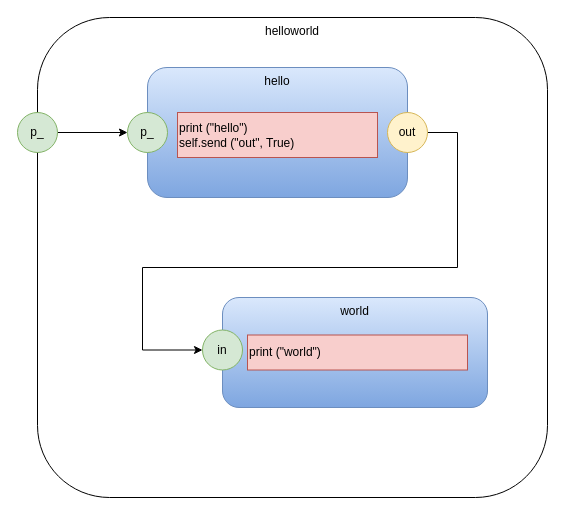
The draw.io diagram helloworld.drawio in guitarvydas/d2py, before the edit. Source tidied: cells renumbered, new cells numbered last; positions are measured from the earlier drawing's top-left corner, leaving out a move shared by most shapes. Both pictures are drawn from the tidied source at 100%, with x=0, y=0 at pixel (17, 17).
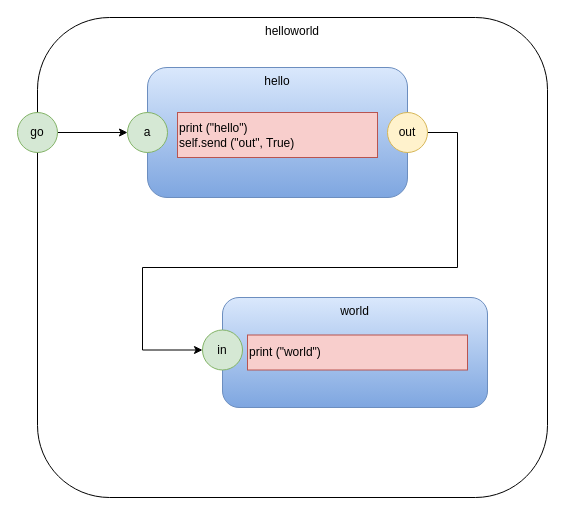
After the change.

Commit message (it also covers changes not shown here):
README.md - begin documenting helloworld

Change to the diagram source:
```diff
@@
 <mxGraphModel>
   <root>
     <mxCell id="0" />
     <mxCell id="1" parent="0" />
     <mxCell id="2" value="helloworld" style="rounded=1;whiteSpace=wrap;html=1;verticalAlign=top;" parent="1" vertex="1">
       <mxGeometry x="20" width="510" height="480" as="geometry" />
     </mxCell>
     <mxCell id="3" value="hello" style="rounded=1;whiteSpace=wrap;html=1;gradientColor=#7ea6e0;fillColor=#dae8fc;strokeColor=#6c8ebf;verticalAlign=top;" parent="1" vertex="1">
       <mxGeometry x="130" y="50" width="260" height="130" as="geometry" />
     </mxCell>
     <mxCell id="4" value="print (&quot;hello&quot;)&lt;br&gt;self.send (&quot;out&quot;, True)&lt;br&gt;&lt;div&gt;&lt;/div&gt;" style="rounded=0;whiteSpace=wrap;html=1;fillColor=#f8cecc;strokeColor=#b85450;align=left;" parent="1" vertex="1">
       <mxGeometry x="160" y="95" width="200" height="45" as="geometry" />
     </mxCell>
     <mxCell id="5" style="edgeStyle=orthogonalEdgeStyle;rounded=0;jettySize=auto;html=1;entryX=0;entryY=0.5;entryDx=0;entryDy=0;" parent="1" edge="1" source="6" target="8">
       <mxGeometry relative="1" as="geometry">
         <Array as="points">
           <mxPoint x="440" y="115" />
           <mxPoint x="440" y="250" />
           <mxPoint x="125" y="250" />
           <mxPoint x="125" y="333" />
         </Array>
       </mxGeometry>
     </mxCell>
     <mxCell id="6" value="out" style="ellipse;whiteSpace=wrap;html=1;fillColor=#fff2cc;strokeColor=#d6b656;" parent="1" vertex="1">
       <mxGeometry x="370" y="95" width="40" height="40" as="geometry" />
     </mxCell>
     <mxCell id="7" value="world" style="rounded=1;whiteSpace=wrap;html=1;gradientColor=#7ea6e0;fillColor=#dae8fc;strokeColor=#6c8ebf;verticalAlign=top;" parent="1" vertex="1">
       <mxGeometry x="205" y="280" width="265" height="110" as="geometry" />
     </mxCell>
     <mxCell id="8" value="in" style="ellipse;whiteSpace=wrap;html=1;fillColor=#d5e8d4;strokeColor=#82b366;" parent="1" vertex="1">
       <mxGeometry x="185" y="312.5" width="40" height="40" as="geometry" />
     </mxCell>
     <mxCell id="9" value="print (&quot;world&quot;)&lt;br&gt;&lt;div&gt;&lt;/div&gt;" style="rounded=0;whiteSpace=wrap;html=1;fillColor=#f8cecc;strokeColor=#b85450;align=left;" parent="1" vertex="1">
       <mxGeometry x="230" y="317.5" width="220" height="35" as="geometry" />
     </mxCell>
     <mxCell id="10" style="edgeStyle=orthogonalEdgeStyle;rounded=0;jettySize=auto;html=1;exitX=1;exitY=0.5;exitDx=0;exitDy=0;entryX=0;entryY=0.5;entryDx=0;entryDy=0;" parent="1" edge="1" source="11" target="12">
       <mxGeometry relative="1" as="geometry" />
     </mxCell>
-    <mxCell id="11" value="p_" style="ellipse;whiteSpace=wrap;html=1;fillColor=#d5e8d4;strokeColor=#82b366;" parent="1" vertex="1">
+    <mxCell id="11" value="go" style="ellipse;whiteSpace=wrap;html=1;fillColor=#d5e8d4;strokeColor=#82b366;" parent="1" vertex="1">
       <mxGeometry y="95" width="40" height="40" as="geometry" />
     </mxCell>
-    <mxCell id="12" value="p_" style="ellipse;whiteSpace=wrap;html=1;fillColor=#d5e8d4;strokeColor=#82b366;" parent="1" vertex="1">
+    <mxCell id="12" value="a" style="ellipse;whiteSpace=wrap;html=1;fillColor=#d5e8d4;strokeColor=#82b366;" parent="1" vertex="1">
       <mxGeometry x="110" y="95" width="40" height="40" as="geometry" />
     </mxCell>
   </root>
 </mxGraphModel>
```
